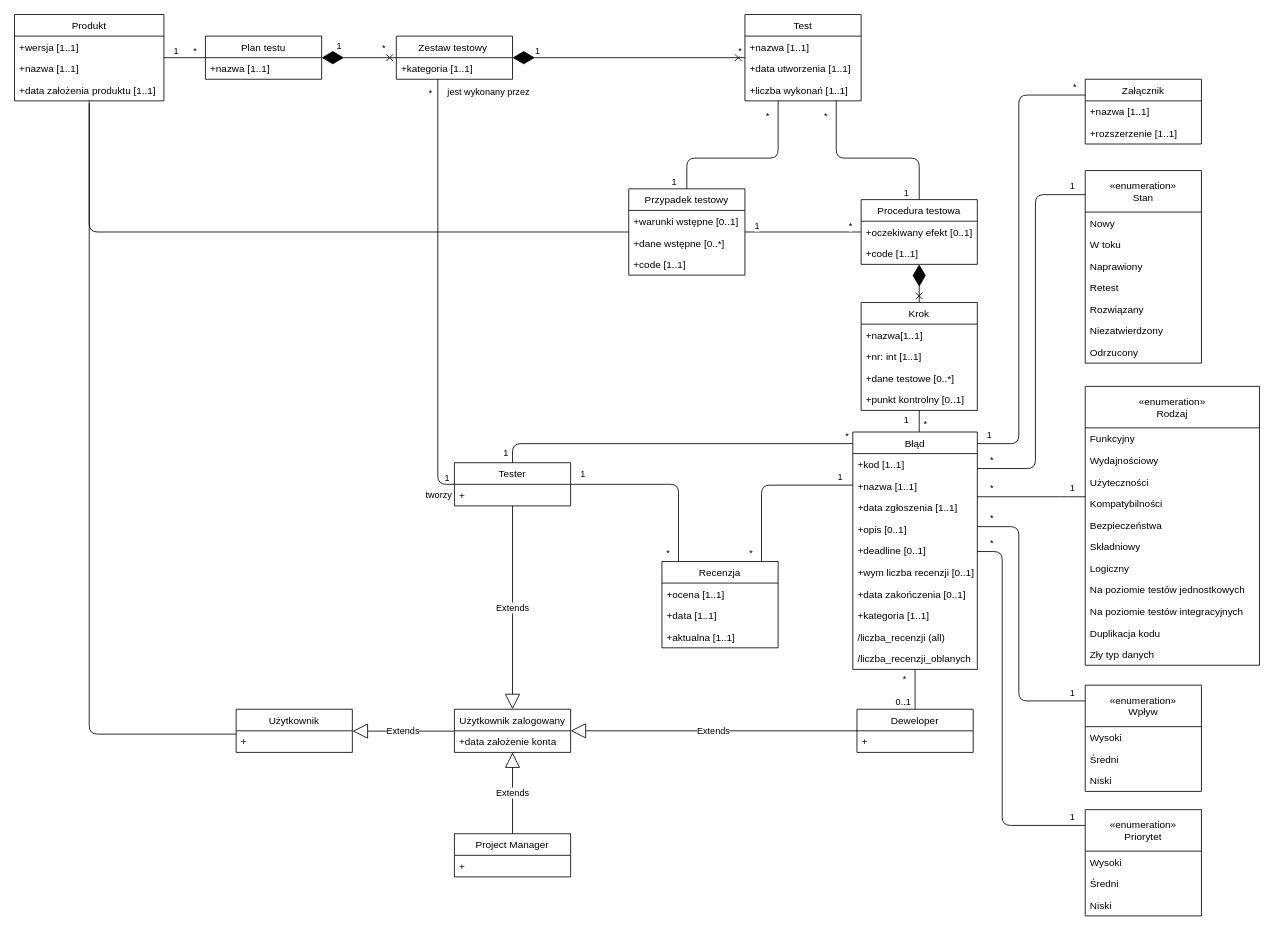
Above: Diagram Klas.drawio in Nilphym/ZPI (draw.io), before the change. Source tidied: cells renumbered, new cells numbered last; positions are measured from the earlier drawing's top-left corner, leaving out a move shared by most shapes. Both pictures are drawn from the tidied source at 83%, with x=0, y=0 at pixel (14, 14).
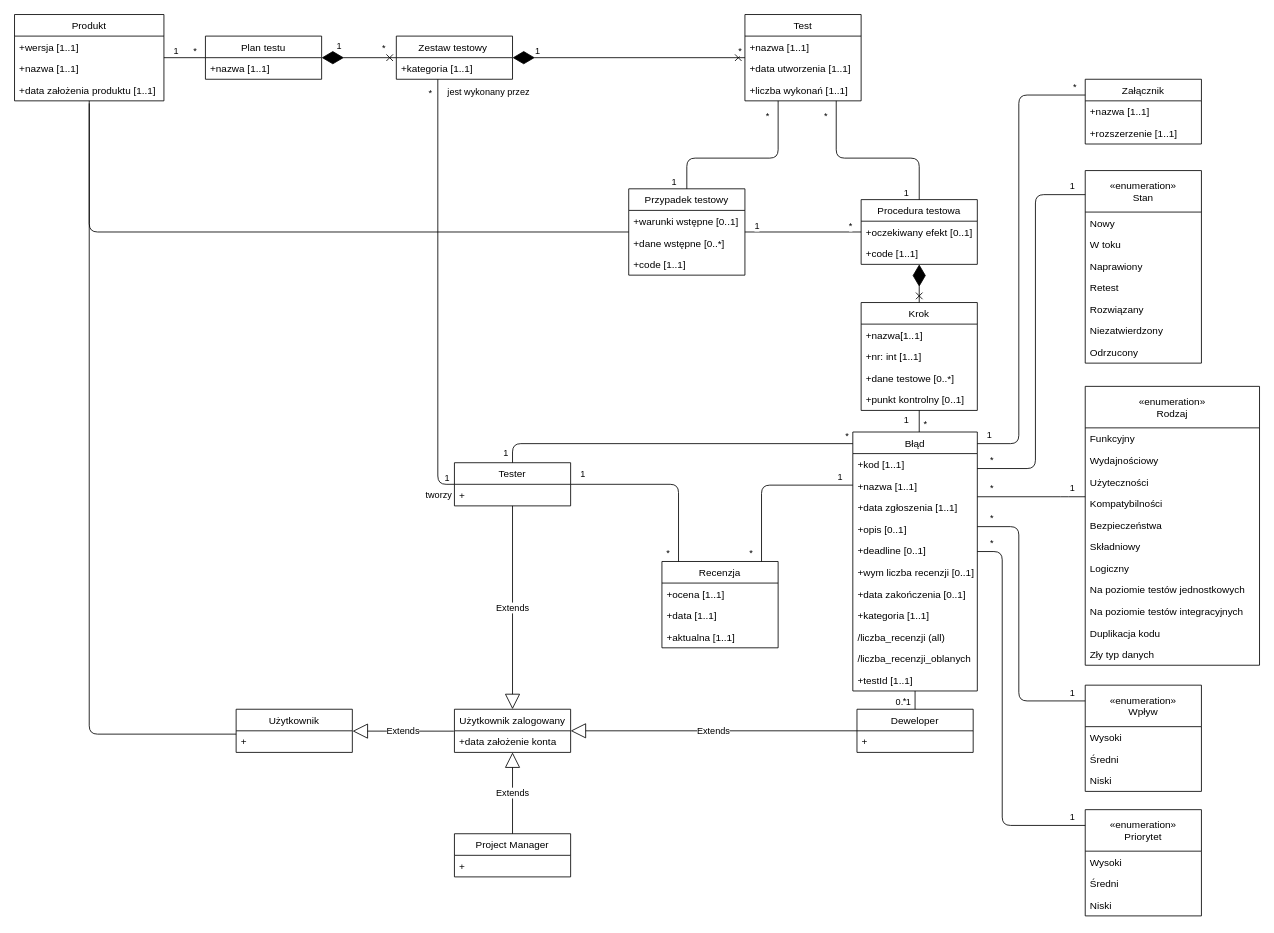
The same page after the edit.

Diff of the diagram source:
```diff
@@
     <mxCell id="71" value="Błąd" style="swimlane;fontStyle=0;horizontal=1;startSize=26;fillColor=none;" parent="1" vertex="1">
-      <mxGeometry x="1010" y="503" width="150" height="286" as="geometry" />
+      <mxGeometry x="1010" y="503" width="150" height="312" as="geometry" />
     </mxCell>
@@
+    <mxCell id="142" value="+testId [1..1]" style="text;strokeColor=none;fillColor=none;align=left;verticalAlign=top;spacingLeft=4;spacingRight=4;overflow=hidden;" parent="71" vertex="1">
+      <mxGeometry y="286" width="150" height="26" as="geometry" />
+    </mxCell>
```
